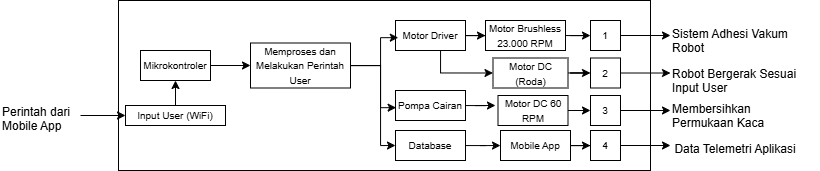
Above: DiagramBlokLevel1.drawio.png in bryansasa/PPT-Cleaning-Glass-Robot (draw.io), before the change. Source tidied: cells renumbered, new cells last; positions are measured from the earlier drawing's top-left corner, leaving out a move shared by most shapes.
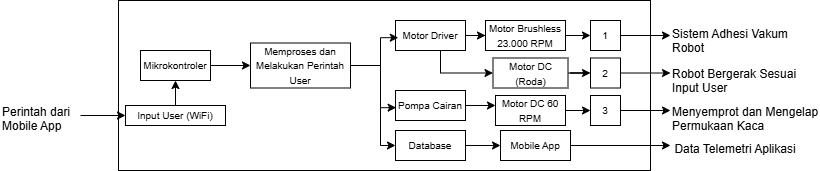
The same file after the commit.

The edit, as a diff of the source:
```diff
@@ -62,9 +62,9 @@
     <mxCell id="19" value="&lt;span&gt;&lt;font style=&quot;font-size: 10px;&quot;&gt;Database&lt;/font&gt;&lt;/span&gt;" style="rounded=0;whiteSpace=wrap;html=1;" parent="1" vertex="1">
       <mxGeometry x="395" y="130" width="70" height="30" as="geometry" />
     </mxCell>
-    <mxCell id="20" style="edgeStyle=orthogonalEdgeStyle;rounded=0;jettySize=auto;html=1;" parent="1" edge="1" source="21" target="39">
-      <mxGeometry relative="1" as="geometry" />
-    </mxCell>
+    <mxCell id="40" style="edgeStyle=orthogonalEdgeStyle;rounded=0;jettySize=auto;html=1;" parent="1" edge="1" source="21" target="17">
+      <mxGeometry relative="1" as="geometry" />
+    </mxCell>
     <mxCell id="21" value="&lt;span&gt;&lt;font style=&quot;font-size: 10px;&quot;&gt;Mobile App&lt;/font&gt;&lt;/span&gt;" style="rounded=0;whiteSpace=wrap;html=1;" parent="1" vertex="1">
       <mxGeometry x="500" y="130" width="70" height="30" as="geometry" />
     </mxCell>
@@ -77,8 +77,8 @@
     <mxCell id="24" value="Robot Bergerak Sesuai Input User" style="text;whiteSpace=wrap;html=1;" parent="1" vertex="1">
       <mxGeometry x="670" y="60" width="140" height="30" as="geometry" />
     </mxCell>
-    <mxCell id="25" value="Membersihkan&amp;nbsp;&lt;div&gt;Permukaan Kaca&lt;/div&gt;" style="text;whiteSpace=wrap;html=1;" parent="1" vertex="1">
-      <mxGeometry x="670" y="95" width="120" height="30" as="geometry" />
+    <mxCell id="25" value="Menyemprot dan Mengelap P&lt;span style=&quot;background-color: transparent; color: light-dark(rgb(0, 0, 0), rgb(255, 255, 255));&quot;&gt;ermukaan Kaca&lt;/span&gt;" style="text;whiteSpace=wrap;html=1;" parent="1" vertex="1">
+      <mxGeometry x="670" y="97.5" width="150" height="25" as="geometry" />
     </mxCell>
     <mxCell id="26" style="edgeStyle=orthogonalEdgeStyle;rounded=0;jettySize=auto;html=1;entryX=0;entryY=0.5;entryDx=0;entryDy=0;" parent="1" edge="1" source="27" target="19">
       <mxGeometry relative="1" as="geometry">
@@ -123,7 +123,7 @@
       <mxGeometry relative="1" as="geometry" />
     </mxCell>
     <mxCell id="35" value="&lt;span&gt;&lt;font style=&quot;font-size: 10px;&quot;&gt;Motor DC&amp;nbsp;&lt;/font&gt;&lt;/span&gt;&lt;span style=&quot;font-size: 10px;&quot;&gt;60 RPM&lt;/span&gt;" style="rounded=0;whiteSpace=wrap;html=1;" parent="1" vertex="1">
-      <mxGeometry x="497.5" y="95" width="70" height="30" as="geometry" />
+      <mxGeometry x="495" y="95" width="70" height="30" as="geometry" />
     </mxCell>
     <mxCell id="36" style="edgeStyle=orthogonalEdgeStyle;rounded=0;jettySize=auto;html=1;entryX=0;entryY=0.5;entryDx=0;entryDy=0;" parent="1" edge="1" source="37" target="25">
       <mxGeometry relative="1" as="geometry" />
@@ -131,11 +131,5 @@
     <mxCell id="37" value="&lt;span&gt;&lt;font style=&quot;font-size: 10px;&quot;&gt;3&lt;/font&gt;&lt;/span&gt;" style="rounded=0;whiteSpace=wrap;html=1;" parent="1" vertex="1">
       <mxGeometry x="590" y="95" width="30" height="30" as="geometry" />
     </mxCell>
-    <mxCell id="38" style="edgeStyle=orthogonalEdgeStyle;rounded=0;jettySize=auto;html=1;entryX=0;entryY=0.5;entryDx=0;entryDy=0;" parent="1" edge="1" source="39" target="17">
-      <mxGeometry relative="1" as="geometry" />
-    </mxCell>
-    <mxCell id="39" value="&lt;span&gt;&lt;font style=&quot;font-size: 10px;&quot;&gt;4&lt;/font&gt;&lt;/span&gt;" style="rounded=0;whiteSpace=wrap;html=1;" parent="1" vertex="1">
-      <mxGeometry x="590" y="130" width="30" height="30" as="geometry" />
-    </mxCell>
   </root>
 </mxGraphModel>
```
